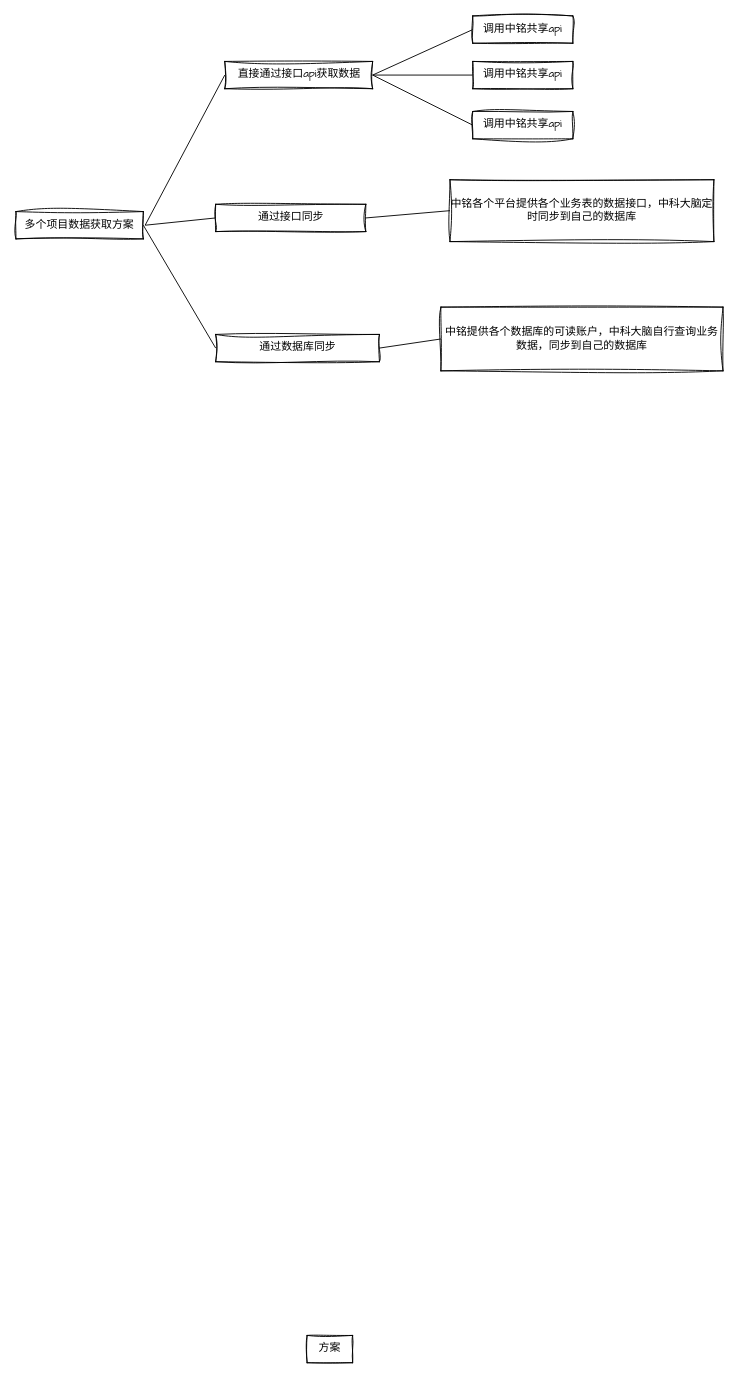
Before: chapter01/未命名绘图.drawio in sweet-oranges/picture, a draw.io diagram. Source tidied: cells renumbered, new cells numbered last; positions are measured from the earlier drawing's top-left corner, leaving out a move shared by most shapes. Both pictures are drawn from the tidied source at 91%, with x=0, y=0 at pixel (15, 15).
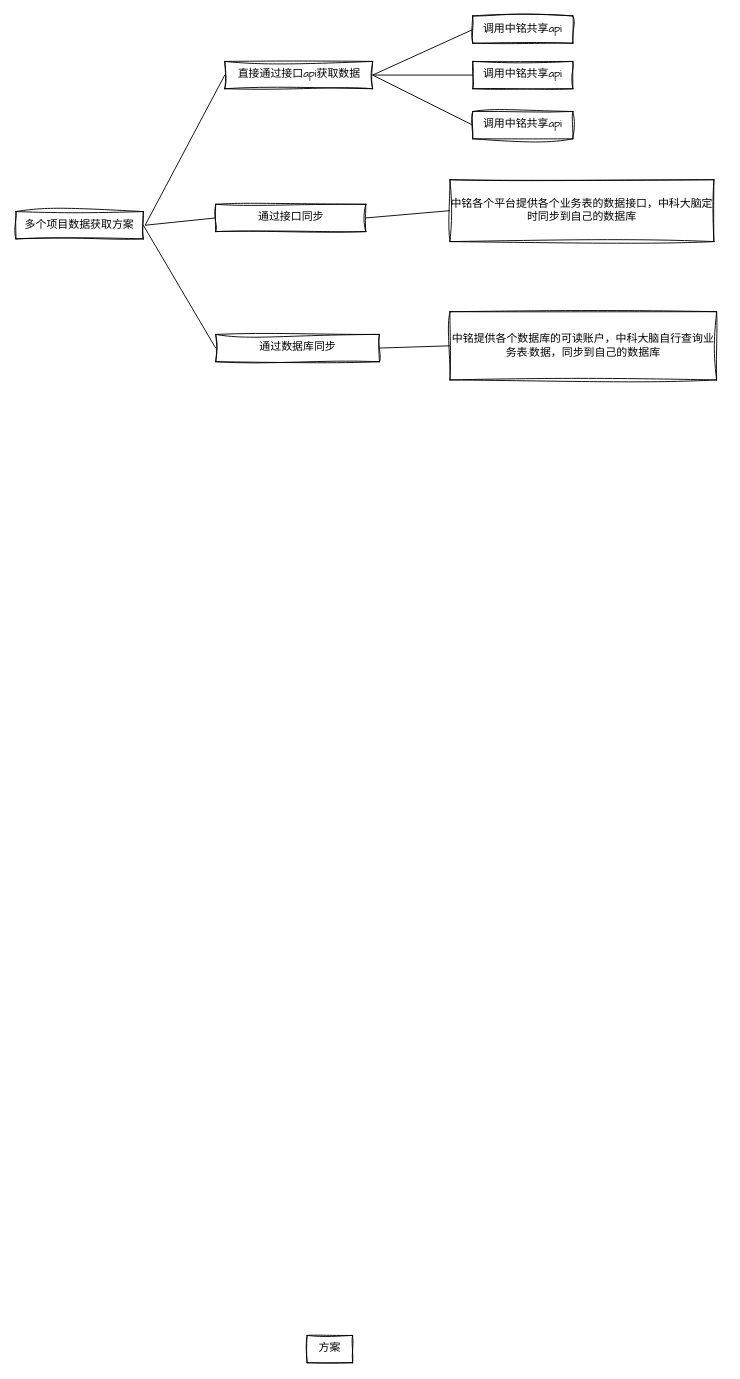
Above is the later version.

Commit message:
更新未命名绘图.drawio

Change to the diagram source:
```diff
@@
-    <mxCell id="11" value="中铭提供各个数据库的可读账户，中科大脑自行查询业务数据，同步到自己的数据库" style="rounded=0;whiteSpace=wrap;html=1;shadow=0;glass=0;fontFamily=Comic Sans MS;labelBackgroundColor=none;disableMultiStroke=0;disableMultiStrokeFill=0;enumerate=0;fixedWidth=0;sketch=1;curveFitting=1;jiggle=2;fillStyle=auto;" parent="1" vertex="1">
-      <mxGeometry x="467" y="320" width="310" height="70" as="geometry" />
+    <mxCell id="11" value="中铭提供各个数据库的可读账户，中科大脑自行查询业务表·数据，同步到自己的数据库" style="rounded=0;whiteSpace=wrap;html=1;shadow=0;glass=0;fontFamily=Comic Sans MS;labelBackgroundColor=none;disableMultiStroke=0;disableMultiStrokeFill=0;enumerate=0;fixedWidth=0;sketch=1;curveFitting=1;jiggle=2;fillStyle=auto;" parent="1" vertex="1">
+      <mxGeometry x="477" y="325" width="293" height="75" as="geometry" />
     </mxCell>
@@
+    <mxCell id="20" style="edgeStyle=none;rounded=0;orthogonalLoop=1;jettySize=auto;html=1;exitX=1;exitY=1;exitDx=0;exitDy=0;" parent="1" edge="1" source="11" target="11">
+      <mxGeometry relative="1" as="geometry" />
+    </mxCell>
```
